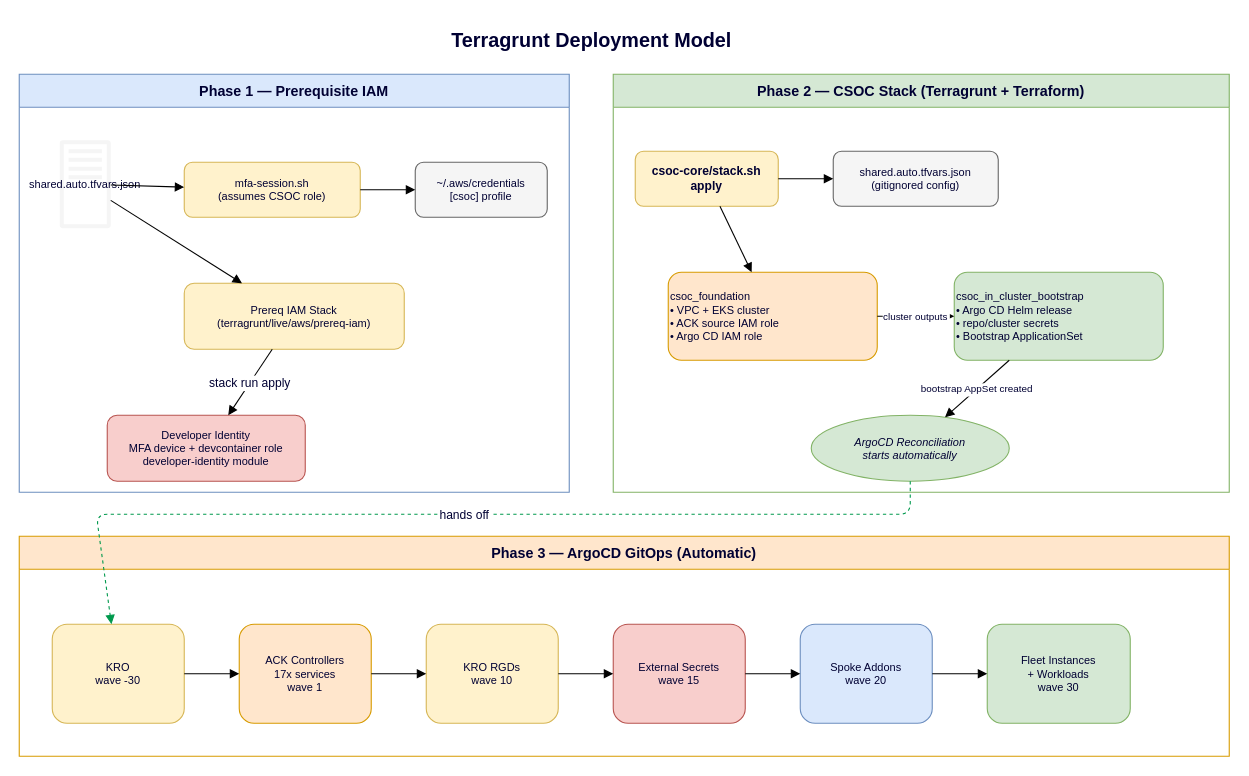
indiana-university/gen3-kro keeps this draw.io diagram as docs/diagrams/deployment-phases.drawio. Above is the earlier version. Source tidied: cells renumbered, new cells numbered last; positions are measured from the earlier drawing's top-left corner, leaving out a move shared by most shapes. Both pictures are drawn from the tidied source at 110%, with x=0, y=0 at pixel (19, 19).
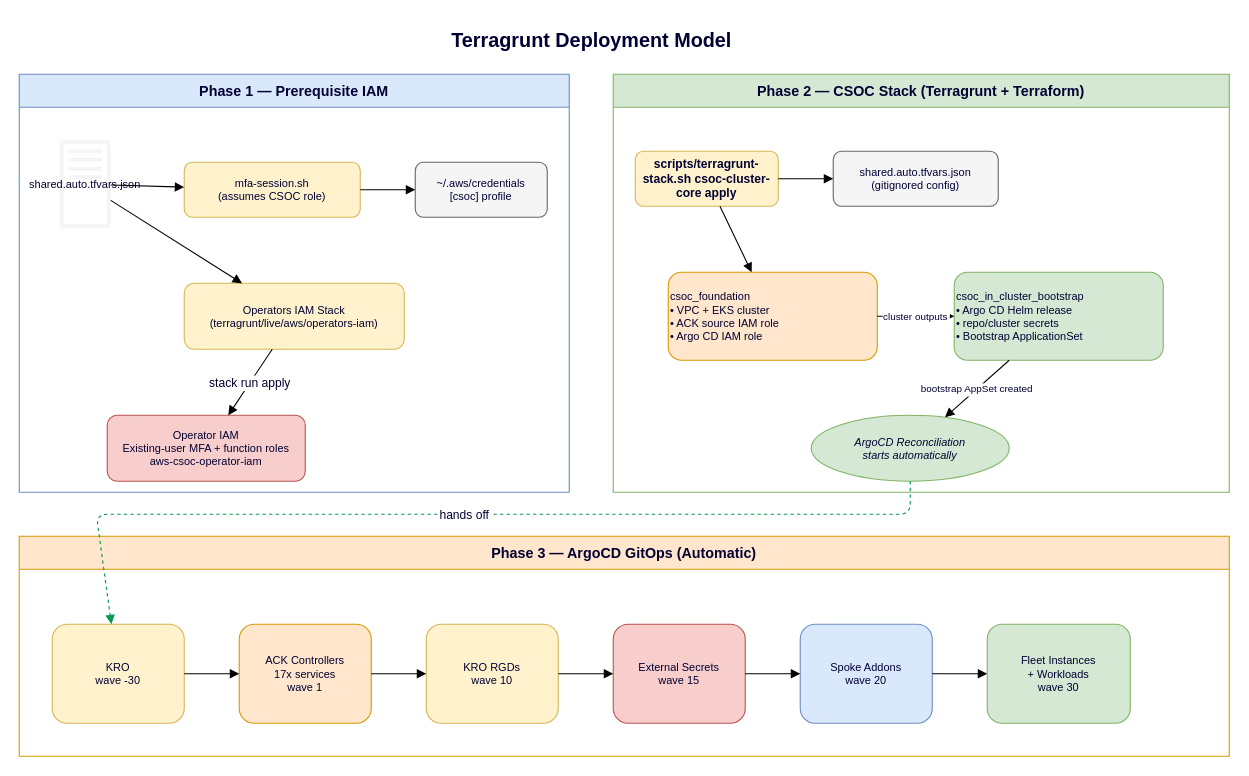
The same diagram, later.

Unchanged cells that the change refers to:
```xml
<mxCell id="3" value="Phase 1 — Prerequisite IAM" style="swimlane;startSize=30;fillColor=#dae8fc;strokeColor=#6c8ebf;fontSize=13;fontStyle=1;fontColor=#000033;" parent="1" vertex="1">
  <mxGeometry y="50" width="500" height="380" as="geometry" />
</mxCell>
<mxCell id="13" value="Phase 2 — CSOC Stack (Terragrunt + Terraform)" style="swimlane;startSize=30;fillColor=#d5e8d4;strokeColor=#82b366;fontSize=13;fontStyle=1;fontColor=#000033;" parent="1" vertex="1">
  <mxGeometry x="540" y="50" width="560" height="380" as="geometry" />
</mxCell>
```

Diff of the diagram source:
```diff
@@
-    <mxCell id="7" value="Prereq IAM Stack&#10;(terragrunt/live/aws/prereq-iam)" style="rounded=1;whiteSpace=wrap;fillColor=#fff2cc;strokeColor=#d6b656;fontSize=10;fontColor=#000033;" parent="3" vertex="1">
+    <mxCell id="7" value="Operators IAM Stack&#10;(terragrunt/live/aws/operators-iam)" style="rounded=1;whiteSpace=wrap;fillColor=#fff2cc;strokeColor=#d6b656;fontSize=10;fontColor=#000033;" parent="3" vertex="1">
       <mxGeometry x="150" y="190" width="200" height="60" as="geometry" />
     </mxCell>
-    <mxCell id="8" value="Developer Identity&#10;MFA device + devcontainer role&#10;developer-identity module" style="rounded=1;whiteSpace=wrap;fillColor=#f8cecc;strokeColor=#b85450;fontSize=10;fontColor=#000033;" parent="3" vertex="1">
+    <mxCell id="8" value="Operator IAM&#10;Existing-user MFA + function roles&#10;aws-csoc-operator-iam" style="rounded=1;whiteSpace=wrap;fillColor=#f8cecc;strokeColor=#b85450;fontSize=10;fontColor=#000033;" parent="3" vertex="1">
       <mxGeometry x="80" y="310" width="180" height="60" as="geometry" />
     </mxCell>
@@
-    <mxCell id="14" value="csoc-core/stack.sh apply" style="rounded=1;whiteSpace=wrap;fillColor=#fff2cc;strokeColor=#d6b656;fontSize=11;fontStyle=1;fontColor=#000033;" parent="13" vertex="1">
+    <mxCell id="14" value="scripts/terragrunt-stack.sh csoc-cluster-core apply" style="rounded=1;whiteSpace=wrap;fillColor=#fff2cc;strokeColor=#d6b656;fontSize=11;fontStyle=1;fontColor=#000033;" parent="13" vertex="1">
       <mxGeometry x="20" y="70" width="130" height="50" as="geometry" />
     </mxCell>
```
